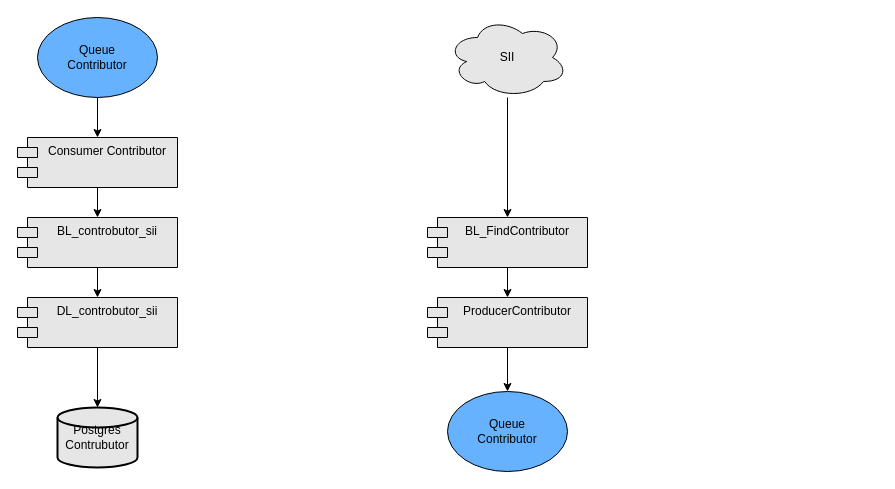
KuroroLuzbell/Diagramas keeps this draw.io diagram as ReadContributors.drawio. Above is the earlier version. Source tidied: cells renumbered, new cells numbered last; positions are measured from the earlier drawing's top-left corner, leaving out a move shared by most shapes. Both pictures are drawn from the tidied source at 100%, with x=0, y=0 at pixel (17, 17).
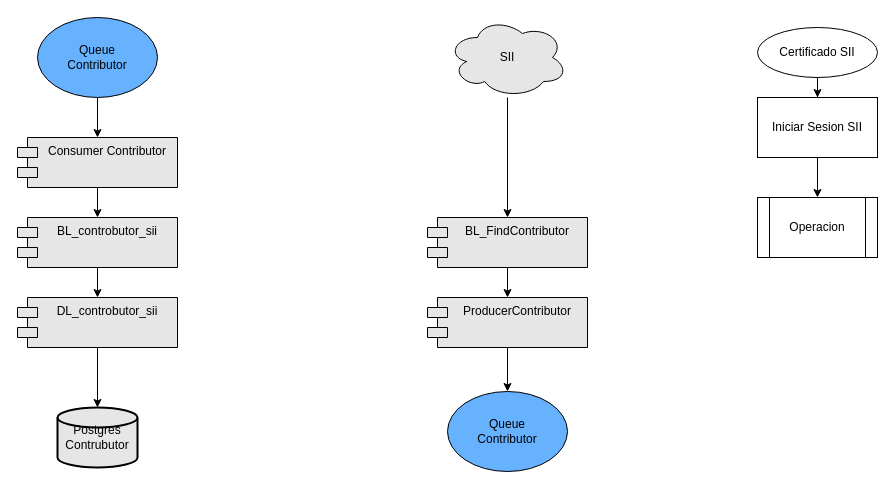
The same diagram, later.

Change to the diagram source:
```diff
@@
+    <mxCell id="18" style="edgeStyle=orthogonalEdgeStyle;rounded=0;jettySize=auto;html=1;" parent="1" edge="1" source="19" target="21">
+      <mxGeometry relative="1" as="geometry" />
+    </mxCell>
+    <mxCell id="19" value="Certificado SII" style="ellipse;whiteSpace=wrap;html=1;" parent="1" vertex="1">
+      <mxGeometry x="740" y="10" width="120" height="50" as="geometry" />
+    </mxCell>
+    <mxCell id="20" style="edgeStyle=orthogonalEdgeStyle;rounded=0;jettySize=auto;html=1;" parent="1" edge="1" source="21" target="22">
+      <mxGeometry relative="1" as="geometry" />
+    </mxCell>
+    <mxCell id="21" value="Iniciar Sesion SII" style="rounded=0;whiteSpace=wrap;html=1;" parent="1" vertex="1">
+      <mxGeometry x="740" y="80" width="120" height="60" as="geometry" />
+    </mxCell>
+    <mxCell id="22" value="Operacion" style="shape=process;whiteSpace=wrap;html=1;backgroundOutline=1;" parent="1" vertex="1">
+      <mxGeometry x="740" y="180" width="120" height="60" as="geometry" />
+    </mxCell>
```
